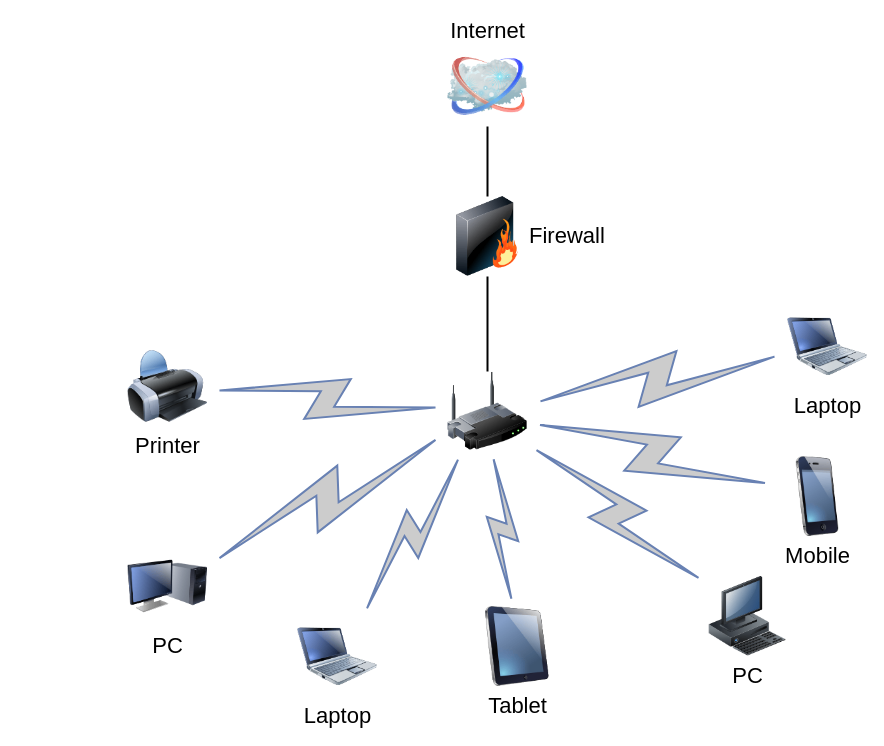
Before: Untitled Diagram.drawio in ifeanyiokagbue/greentrics, a draw.io diagram. Source tidied: cells renumbered, new cells numbered last; positions are measured from the earlier drawing's top-left corner, leaving out a move shared by most shapes. Both pictures are drawn from the tidied source at 100%, with x=0, y=0 at pixel (127, 46).
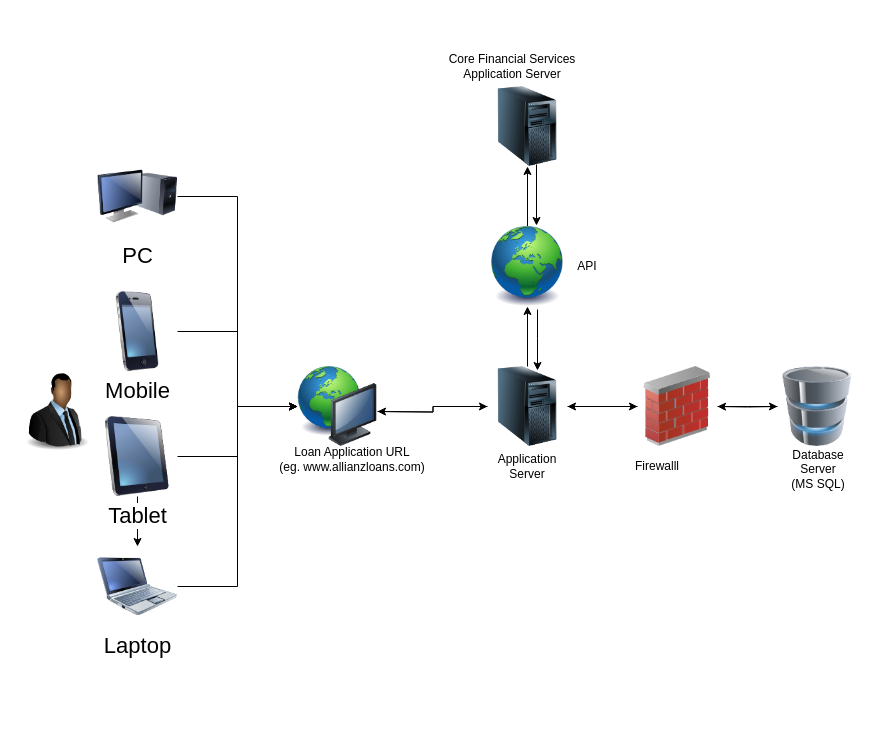
After the change.

Commit message:
Loan Application Architecture

Change to the diagram source:
```diff
@@
-    <mxCell id="2" style="edgeStyle=none;rounded=0;html=1;labelBackgroundColor=none;endArrow=none;strokeWidth=2;fontFamily=Verdana;fontSize=22;" parent="1" edge="1" source="3" target="6">
-      <mxGeometry relative="1" as="geometry" />
-    </mxCell>
-    <mxCell id="3" style="image;html=1;labelBackgroundColor=#ffffff;image=img/lib/clip_art/networking/Wireless_Router_128x128.png;rounded=1;shadow=0;comic=0;strokeWidth=2;fontSize=22;" parent="1" vertex="1">
-      <mxGeometry x="320" y="325" width="80" height="80" as="geometry" />
-    </mxCell>
-    <mxCell id="4" value="Internet" style="image;html=1;labelBackgroundColor=#ffffff;image=img/lib/clip_art/networking/Cloud_128x128.png;rounded=1;shadow=0;comic=0;strokeWidth=2;fontSize=22;labelPosition=center;verticalLabelPosition=top;align=center;verticalAlign=bottom;" parent="1" vertex="1">
-      <mxGeometry x="320" width="80" height="80" as="geometry" />
-    </mxCell>
-    <mxCell id="5" style="edgeStyle=none;rounded=0;html=1;labelBackgroundColor=none;endArrow=none;strokeWidth=2;fontFamily=Verdana;fontSize=22;" parent="1" edge="1" source="6" target="4">
-      <mxGeometry relative="1" as="geometry" />
-    </mxCell>
-    <mxCell id="6" value="Firewall" style="image;html=1;labelBackgroundColor=#ffffff;image=img/lib/clip_art/networking/Firewall_128x128.png;rounded=1;shadow=0;comic=0;strokeWidth=2;fontSize=22;labelPosition=right;verticalLabelPosition=middle;align=left;verticalAlign=middle;" parent="1" vertex="1">
-      <mxGeometry x="320" y="150" width="80" height="80" as="geometry" />
-    </mxCell>
+    <mxCell id="21" style="edgeStyle=orthogonalEdgeStyle;rounded=0;jettySize=auto;html=1;entryX=0;entryY=0.5;entryDx=0;entryDy=0;" parent="1" edge="1" target="31">
+      <mxGeometry relative="1" as="geometry">
+        <mxPoint x="250" y="365" as="sourcePoint" />
+      </mxGeometry>
+    </mxCell>
+    <mxCell id="22" style="edgeStyle=orthogonalEdgeStyle;rounded=0;jettySize=auto;html=1;entryX=0;entryY=0.5;entryDx=0;entryDy=0;" parent="1" edge="1" source="7" target="39">
+      <mxGeometry relative="1" as="geometry" />
+    </mxCell>
+    <mxCell id="23" style="edgeStyle=orthogonalEdgeStyle;rounded=0;jettySize=auto;html=1;" parent="1" edge="1" source="7" target="13">
+      <mxGeometry relative="1" as="geometry" />
+    </mxCell>
     <mxCell id="7" value="Tablet" style="image;html=1;labelBackgroundColor=#ffffff;image=img/lib/clip_art/computers/iPad_128x128.png;rounded=1;shadow=0;comic=0;strokeWidth=2;fontSize=22;" parent="1" vertex="1">
-      <mxGeometry x="350" y="560" width="80" height="80" as="geometry" />
+      <mxGeometry x="-30" y="370" width="80" height="80" as="geometry" />
     </mxCell>
     <mxCell id="8" value="PC" style="image;html=1;labelBackgroundColor=#ffffff;image=img/lib/clip_art/computers/Monitor_Tower_128x128.png;rounded=1;shadow=0;comic=0;strokeWidth=2;fontSize=22;" parent="1" vertex="1">
-      <mxGeometry y="500" width="80" height="80" as="geometry" />
+      <mxGeometry x="-30" y="110" width="80" height="80" as="geometry" />
     </mxCell>
-    <mxCell id="9" value="Printer" style="image;html=1;labelBackgroundColor=#ffffff;image=img/lib/clip_art/computers/Printer_128x128.png;rounded=1;shadow=0;comic=0;strokeWidth=2;fontSize=22;" parent="1" vertex="1">
-      <mxGeometry y="300" width="80" height="80" as="geometry" />
-    </mxCell>
-    <mxCell id="10" value="PC" style="image;html=1;labelBackgroundColor=#ffffff;image=img/lib/clip_art/computers/Workstation_128x128.png;rounded=1;shadow=0;comic=0;strokeWidth=2;fontSize=22;" parent="1" vertex="1">
-      <mxGeometry x="580" y="530" width="80" height="80" as="geometry" />
-    </mxCell>
+    <mxCell id="24" style="edgeStyle=orthogonalEdgeStyle;rounded=0;jettySize=auto;html=1;exitX=1;exitY=0.5;exitDx=0;exitDy=0;entryX=0;entryY=0.5;entryDx=0;entryDy=0;" parent="1" edge="1" source="11" target="39">
+      <mxGeometry relative="1" as="geometry" />
+    </mxCell>
     <mxCell id="11" value="Mobile" style="image;html=1;labelBackgroundColor=#ffffff;image=img/lib/clip_art/telecommunication/iPhone_128x128.png;rounded=1;shadow=0;comic=0;strokeWidth=2;fontSize=22;" parent="1" vertex="1">
-      <mxGeometry x="650" y="410" width="80" height="80" as="geometry" />
+      <mxGeometry x="-30" y="245" width="80" height="80" as="geometry" />
     </mxCell>
-    <mxCell id="12" value="Laptop" style="image;html=1;labelBackgroundColor=#ffffff;image=img/lib/clip_art/computers/Netbook_128x128.png;rounded=1;shadow=0;comic=0;strokeColor=#000000;strokeWidth=2;fillColor=#FFFFFF;fontSize=22;fontColor=#000000;" parent="1" vertex="1">
-      <mxGeometry x="660" y="260" width="80" height="80" as="geometry" />
-    </mxCell>
+    <mxCell id="25" style="edgeStyle=orthogonalEdgeStyle;rounded=0;jettySize=auto;html=1;entryX=0;entryY=0.5;entryDx=0;entryDy=0;" parent="1" edge="1" source="13" target="39">
+      <mxGeometry relative="1" as="geometry" />
+    </mxCell>
     <mxCell id="13" value="Laptop" style="image;html=1;labelBackgroundColor=#ffffff;image=img/lib/clip_art/computers/Netbook_128x128.png;rounded=1;shadow=0;comic=0;strokeWidth=2;fontSize=22;" parent="1" vertex="1">
-      <mxGeometry x="170" y="570" width="80" height="80" as="geometry" />
+      <mxGeometry x="-30" y="500" width="80" height="80" as="geometry" />
     </mxCell>
-    <mxCell id="14" style="html=1;fillColor=#CCCCCC;strokeColor=#6881B3;gradientColor=none;gradientDirection=north;strokeWidth=2;shape=mxgraph.networks.comm_link_edge;html=1;labelBackgroundColor=none;endArrow=none;fontFamily=Verdana;fontSize=22;fontColor=#000000;" parent="1" edge="1" source="9" target="3">
-      <mxGeometry relative="1" as="geometry" />
-    </mxCell>
-    <mxCell id="15" style="html=1;fillColor=#CCCCCC;strokeColor=#6881B3;gradientColor=none;gradientDirection=north;strokeWidth=2;shape=mxgraph.networks.comm_link_edge;html=1;labelBackgroundColor=none;endArrow=none;fontFamily=Verdana;fontSize=22;fontColor=#000000;fontStyle=1;" parent="1" edge="1" source="8" target="3">
-      <mxGeometry relative="1" as="geometry" />
-    </mxCell>
-    <mxCell id="16" style="html=1;fillColor=#CCCCCC;strokeColor=#6881B3;gradientColor=none;gradientDirection=north;strokeWidth=2;shape=mxgraph.networks.comm_link_edge;html=1;labelBackgroundColor=none;endArrow=none;fontFamily=Verdana;fontSize=22;fontColor=#000000;" parent="1" edge="1" source="13" target="3">
-      <mxGeometry relative="1" as="geometry" />
-    </mxCell>
-    <mxCell id="17" style="html=1;fillColor=#CCCCCC;strokeColor=#6881B3;gradientColor=none;gradientDirection=north;strokeWidth=2;shape=mxgraph.networks.comm_link_edge;html=1;labelBackgroundColor=none;endArrow=none;fontFamily=Verdana;fontSize=22;fontColor=#000000;" parent="1" edge="1" source="7" target="3">
-      <mxGeometry relative="1" as="geometry" />
-    </mxCell>
-    <mxCell id="18" style="html=1;fillColor=#CCCCCC;strokeColor=#6881B3;gradientColor=none;gradientDirection=north;strokeWidth=2;shape=mxgraph.networks.comm_link_edge;html=1;labelBackgroundColor=none;endArrow=none;fontFamily=Verdana;fontSize=22;fontColor=#000000;" parent="1" edge="1" source="10" target="3">
-      <mxGeometry relative="1" as="geometry" />
-    </mxCell>
-    <mxCell id="19" style="html=1;fillColor=#CCCCCC;strokeColor=#6881B3;gradientColor=none;gradientDirection=north;strokeWidth=2;shape=mxgraph.networks.comm_link_edge;html=1;labelBackgroundColor=none;endArrow=none;fontFamily=Verdana;fontSize=22;fontColor=#000000;" parent="1" edge="1" source="11" target="3">
-      <mxGeometry relative="1" as="geometry" />
-    </mxCell>
-    <mxCell id="20" style="html=1;fillColor=#CCCCCC;strokeColor=#6881B3;gradientColor=none;gradientDirection=north;strokeWidth=2;shape=mxgraph.networks.comm_link_edge;html=1;labelBackgroundColor=none;endArrow=none;fontFamily=Verdana;fontSize=22;fontColor=#000000;" parent="1" edge="1" source="12" target="3">
-      <mxGeometry relative="1" as="geometry" />
-    </mxCell>
+    <mxCell id="26" style="edgeStyle=orthogonalEdgeStyle;rounded=0;jettySize=auto;html=1;" parent="1" edge="1" source="28">
+      <mxGeometry relative="1" as="geometry">
+        <mxPoint x="650" y="360" as="targetPoint" />
+      </mxGeometry>
+    </mxCell>
+    <mxCell id="27" style="edgeStyle=orthogonalEdgeStyle;rounded=0;jettySize=auto;html=1;" parent="1" edge="1" source="28">
+      <mxGeometry relative="1" as="geometry">
+        <mxPoint x="440" y="360" as="targetPoint" />
+      </mxGeometry>
+    </mxCell>
+    <mxCell id="28" style="image;html=1;image=img/lib/clip_art/networking/Firewall_02_128x128.png;" parent="1" vertex="1">
+      <mxGeometry x="510" y="320" width="80" height="80" as="geometry" />
+    </mxCell>
+    <mxCell id="29" style="edgeStyle=orthogonalEdgeStyle;rounded=0;jettySize=auto;html=1;" parent="1" edge="1" source="31" target="28">
+      <mxGeometry relative="1" as="geometry" />
+    </mxCell>
+    <mxCell id="30" style="edgeStyle=orthogonalEdgeStyle;rounded=0;jettySize=auto;html=1;entryX=1;entryY=0.5;entryDx=0;entryDy=0;" parent="1" edge="1" source="31">
+      <mxGeometry relative="1" as="geometry">
+        <mxPoint x="250" y="365" as="targetPoint" />
+      </mxGeometry>
+    </mxCell>
+    <mxCell id="31" style="image;html=1;image=img/lib/clip_art/computers/Server_Tower_128x128.png;" parent="1" vertex="1">
+      <mxGeometry x="360" y="320" width="80" height="80" as="geometry" />
+    </mxCell>
+    <mxCell id="32" style="edgeStyle=orthogonalEdgeStyle;rounded=0;jettySize=auto;html=1;entryX=1;entryY=0.5;entryDx=0;entryDy=0;" parent="1" edge="1" target="28">
+      <mxGeometry relative="1" as="geometry">
+        <mxPoint x="650" y="360" as="sourcePoint" />
+      </mxGeometry>
+    </mxCell>
+    <mxCell id="33" value="Application Server" style="text;html=1;strokeColor=none;fillColor=none;align=center;verticalAlign=middle;whiteSpace=wrap;rounded=0;" parent="1" vertex="1">
+      <mxGeometry x="380" y="410" width="40" height="20" as="geometry" />
+    </mxCell>
+    <mxCell id="34" value="Firewalll" style="text;html=1;strokeColor=none;fillColor=none;align=center;verticalAlign=middle;whiteSpace=wrap;rounded=0;" parent="1" vertex="1">
+      <mxGeometry x="510" y="410" width="40" height="20" as="geometry" />
+    </mxCell>
+    <mxCell id="35" value="Database Server&lt;br&gt;(MS SQL)" style="text;html=1;strokeColor=none;fillColor=none;align=center;verticalAlign=middle;whiteSpace=wrap;rounded=0;" parent="1" vertex="1">
+      <mxGeometry x="651" y="413" width="80" height="20" as="geometry" />
+    </mxCell>
+    <mxCell id="36" value="Loan Application URL &lt;br&gt;(eg. www.allianzloans.com)" style="text;html=1;strokeColor=none;fillColor=none;align=center;verticalAlign=middle;whiteSpace=wrap;rounded=0;" parent="1" vertex="1">
+      <mxGeometry x="140" y="405" width="170" height="15" as="geometry" />
+    </mxCell>
+    <mxCell id="37" style="image;html=1;image=img/lib/clip_art/people/Suit_Man_Black_128x128.png;" parent="1" vertex="1">
+      <mxGeometry x="-110" y="325" width="80" height="80" as="geometry" />
+    </mxCell>
+    <mxCell id="38" style="image;html=1;image=img/lib/clip_art/computers/Database_128x128.png;" parent="1" vertex="1">
+      <mxGeometry x="650" y="320" width="80" height="80" as="geometry" />
+    </mxCell>
+    <mxCell id="39" style="image;html=1;image=img/lib/clip_art/computers/Network_128x128.png;" parent="1" vertex="1">
+      <mxGeometry x="170" y="320" width="80" height="80" as="geometry" />
+    </mxCell>
+    <mxCell id="40" style="edgeStyle=orthogonalEdgeStyle;rounded=0;jettySize=auto;html=1;exitX=1;exitY=0.5;exitDx=0;exitDy=0;entryX=0;entryY=0.5;entryDx=0;entryDy=0;" parent="1" edge="1" source="8" target="39">
+      <mxGeometry relative="1" as="geometry" />
+    </mxCell>
+    <mxCell id="41" style="edgeStyle=orthogonalEdgeStyle;rounded=0;jettySize=auto;html=1;" parent="1" edge="1" source="44" target="42">
+      <mxGeometry relative="1" as="geometry" />
+    </mxCell>
+    <mxCell id="42" style="image;html=1;image=img/lib/clip_art/computers/Server_Tower_128x128.png;" parent="1" vertex="1">
+      <mxGeometry x="360" y="40" width="80" height="80" as="geometry" />
+    </mxCell>
+    <mxCell id="43" style="edgeStyle=orthogonalEdgeStyle;rounded=0;jettySize=auto;html=1;exitX=0.625;exitY=1.038;exitDx=0;exitDy=0;exitPerimeter=0;" parent="1" edge="1" source="44">
+      <mxGeometry relative="1" as="geometry">
+        <mxPoint x="410" y="324" as="targetPoint" />
+      </mxGeometry>
+    </mxCell>
+    <mxCell id="44" style="image;html=1;image=img/lib/clip_art/general/Earth_globe_128x128.png;" parent="1" vertex="1">
+      <mxGeometry x="360" y="180" width="80" height="80" as="geometry" />
+    </mxCell>
+    <mxCell id="45" style="edgeStyle=orthogonalEdgeStyle;rounded=0;jettySize=auto;html=1;" parent="1" edge="1" source="31" target="44">
+      <mxGeometry relative="1" as="geometry" />
+    </mxCell>
+    <mxCell id="46" style="edgeStyle=orthogonalEdgeStyle;rounded=0;orthogonalLoop=1;jettySize=auto;html=1;" parent="1" edge="1">
+      <mxGeometry relative="1" as="geometry">
+        <mxPoint x="409" y="118" as="sourcePoint" />
+        <mxPoint x="409" y="179" as="targetPoint" />
+        <Array as="points">
+          <mxPoint x="409" y="118" />
+        </Array>
+      </mxGeometry>
+    </mxCell>
+    <mxCell id="47" value="API" style="text;html=1;strokeColor=none;fillColor=none;align=center;verticalAlign=middle;whiteSpace=wrap;rounded=0;" parent="1" vertex="1">
+      <mxGeometry x="440" y="210" width="40" height="20" as="geometry" />
+    </mxCell>
+    <mxCell id="48" value="Core Financial Services Application Server" style="text;html=1;strokeColor=none;fillColor=none;align=center;verticalAlign=middle;whiteSpace=wrap;rounded=0;" parent="1" vertex="1">
+      <mxGeometry x="320" y="10" width="130" height="20" as="geometry" />
+    </mxCell>
```
